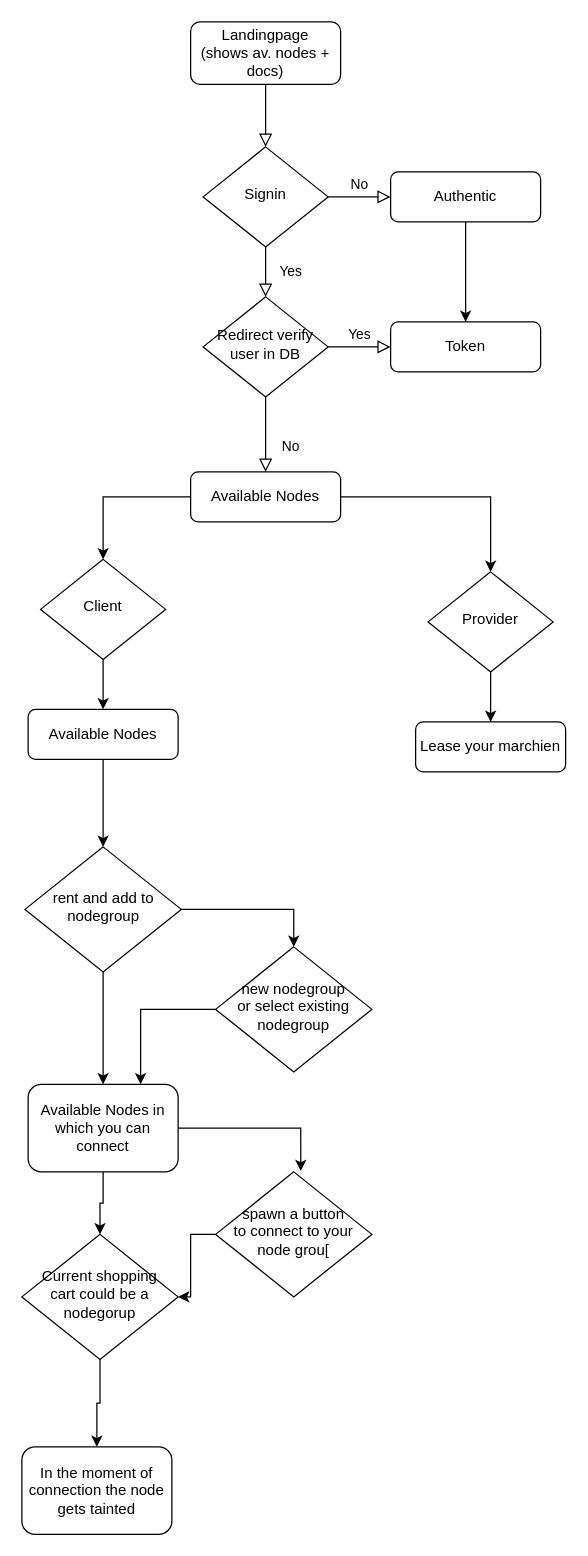
Before: flophub.drawio in flophub/docs, a draw.io diagram. Source tidied: cells renumbered, new cells numbered last; positions are measured from the earlier drawing's top-left corner, leaving out a move shared by most shapes. Both pictures are drawn from the tidied source at 125%, with x=0, y=0 at pixel (21, 21).
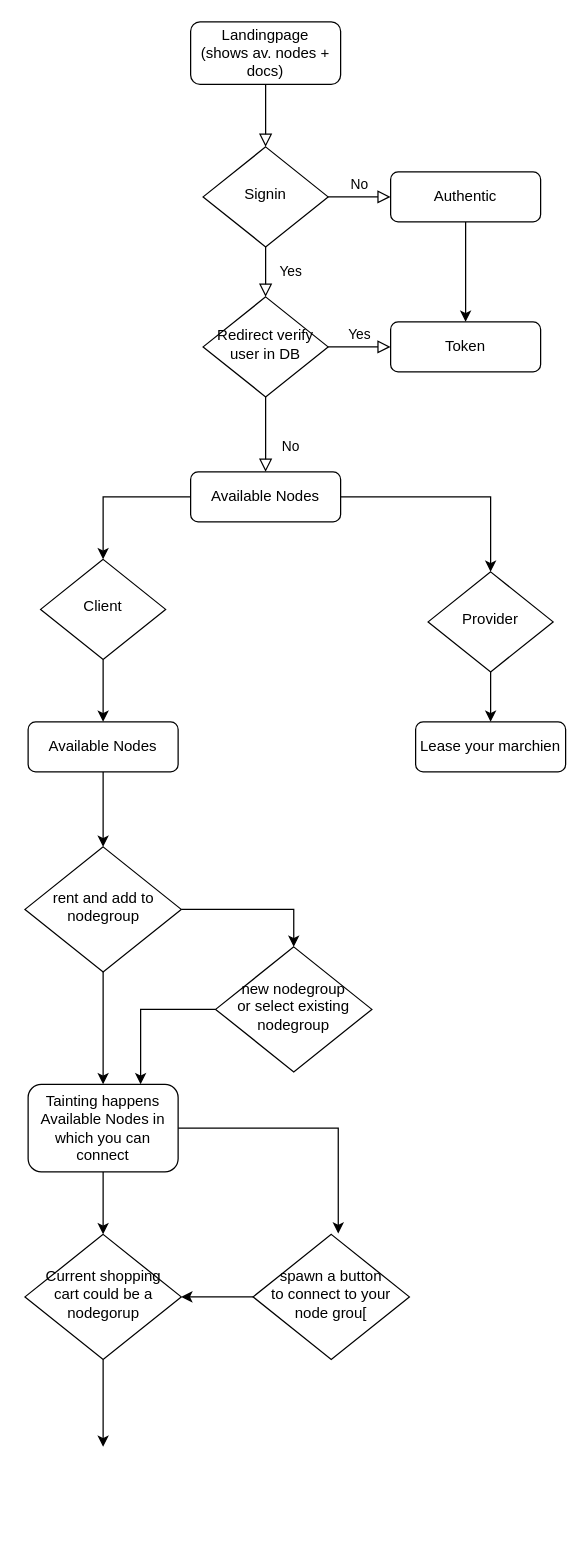
After the change.

Commit message:
flophub.drawio tainting point

The change refers to these unchanged cells:
```xml
<mxCell id="11" value="Redirect verify user in DB" style="rhombus;whiteSpace=wrap;html=1;shadow=0;fontFamily=Helvetica;fontSize=12;align=center;strokeWidth=1;spacing=6;spacingTop=-4;" parent="1" vertex="1">
  <mxGeometry x="145" y="220" width="100" height="80" as="geometry" />
</mxCell>
<mxCell id="20" value="Client" style="rhombus;whiteSpace=wrap;html=1;shadow=0;fontFamily=Helvetica;fontSize=12;align=center;strokeWidth=1;spacing=6;spacingTop=-4;" parent="1" vertex="1">
  <mxGeometry x="15" y="430" width="100" height="80" as="geometry" />
</mxCell>
<mxCell id="22" value="Provider" style="rhombus;whiteSpace=wrap;html=1;shadow=0;fontFamily=Helvetica;fontSize=12;align=center;strokeWidth=1;spacing=6;spacingTop=-4;" parent="1" vertex="1">
  <mxGeometry x="325" y="440" width="100" height="80" as="geometry" />
</mxCell>
<mxCell id="25" value="rent and add to nodegroup" style="rhombus;whiteSpace=wrap;html=1;shadow=0;fontFamily=Helvetica;fontSize=12;align=center;strokeWidth=1;spacing=6;spacingTop=-4;" parent="1" vertex="1">
  <mxGeometry x="2.5" y="660" width="125" height="100" as="geometry" />
</mxCell>
<mxCell id="30" value="new nodegroup&lt;br&gt;or select existing&lt;br&gt;nodegroup" style="rhombus;whiteSpace=wrap;html=1;shadow=0;fontFamily=Helvetica;fontSize=12;align=center;strokeWidth=1;spacing=6;spacingTop=-4;" parent="1" vertex="1">
  <mxGeometry x="155" y="740" width="125" height="100" as="geometry" />
</mxCell>
```

The edit, as a diff of the source:
```diff
@@
-    <mxCell id="9" value="No" style="rounded=0;html=1;jettySize=auto;fontSize=11;endArrow=block;endFill=0;endSize=8;strokeWidth=1;shadow=0;labelBackgroundColor=none;edgeStyle=orthogonalEdgeStyle;" parent="1" edge="1" source="11" target="14">
+    <mxCell id="9" value="No" style="rounded=0;html=1;jettySize=auto;fontSize=11;endArrow=block;endFill=0;endSize=8;strokeWidth=1;shadow=0;labelBackgroundColor=none;edgeStyle=orthogonalEdgeStyle;" parent="1" edge="1" source="11" target="38">
       <mxGeometry x="0.33" y="20" relative="1" as="geometry" />
     </mxCell>
@@
-    <mxCell id="12" style="edgeStyle=orthogonalEdgeStyle;rounded=0;jettySize=auto;html=1;entryX=0.5;entryY=0;entryDx=0;entryDy=0;" parent="1" edge="1" source="14" target="22">
-      <mxGeometry relative="1" as="geometry" />
-    </mxCell>
-    <mxCell id="13" style="edgeStyle=orthogonalEdgeStyle;rounded=0;jettySize=auto;html=1;entryX=0.5;entryY=0;entryDx=0;entryDy=0;" parent="1" edge="1" source="14" target="20">
-      <mxGeometry relative="1" as="geometry" />
-    </mxCell>
-    <mxCell id="14" value="Available Nodes" style="rounded=1;whiteSpace=wrap;html=1;fontSize=12;glass=0;strokeWidth=1;shadow=0;" parent="1" vertex="1">
-      <mxGeometry x="135" y="360" width="120" height="40" as="geometry" />
-    </mxCell>
+    <mxCell id="36" style="edgeStyle=orthogonalEdgeStyle;rounded=0;jettySize=auto;html=1;entryX=0.5;entryY=0;entryDx=0;entryDy=0;" parent="1" edge="1" source="38" target="22">
+      <mxGeometry relative="1" as="geometry" />
+    </mxCell>
+    <mxCell id="37" style="edgeStyle=orthogonalEdgeStyle;rounded=0;jettySize=auto;html=1;entryX=0.5;entryY=0;entryDx=0;entryDy=0;" parent="1" edge="1" source="38" target="20">
+      <mxGeometry relative="1" as="geometry" />
+    </mxCell>
+    <mxCell id="38" value="Available Nodes" style="rounded=1;whiteSpace=wrap;html=1;fontSize=12;glass=0;strokeWidth=1;shadow=0;" parent="1" vertex="1">
+      <mxGeometry x="135" y="360" width="120" height="40" as="geometry" />
+    </mxCell>
@@
-    <mxCell id="17" style="edgeStyle=orthogonalEdgeStyle;rounded=0;jettySize=auto;html=1;" parent="1" edge="1" source="18" target="25">
-      <mxGeometry relative="1" as="geometry" />
-    </mxCell>
-    <mxCell id="18" value="Available Nodes" style="rounded=1;whiteSpace=wrap;html=1;fontSize=12;glass=0;strokeWidth=1;shadow=0;" parent="1" vertex="1">
-      <mxGeometry x="5" y="550" width="120" height="40" as="geometry" />
-    </mxCell>
-    <mxCell id="19" style="edgeStyle=orthogonalEdgeStyle;rounded=0;jettySize=auto;html=1;" parent="1" edge="1" source="20" target="18">
-      <mxGeometry relative="1" as="geometry" />
-    </mxCell>
+    <mxCell id="39" style="edgeStyle=orthogonalEdgeStyle;rounded=0;jettySize=auto;html=1;" parent="1" edge="1" source="40" target="25">
+      <mxGeometry relative="1" as="geometry" />
+    </mxCell>
+    <mxCell id="40" value="Available Nodes" style="rounded=1;whiteSpace=wrap;html=1;fontSize=12;glass=0;strokeWidth=1;shadow=0;" parent="1" vertex="1">
+      <mxGeometry x="5" y="560" width="120" height="40" as="geometry" />
+    </mxCell>
+    <mxCell id="41" style="edgeStyle=orthogonalEdgeStyle;rounded=0;jettySize=auto;html=1;" parent="1" edge="1" source="20" target="40">
+      <mxGeometry relative="1" as="geometry" />
+    </mxCell>
@@
-    <mxCell id="23" style="edgeStyle=orthogonalEdgeStyle;rounded=0;jettySize=auto;html=1;entryX=0.5;entryY=0;entryDx=0;entryDy=0;" parent="1" edge="1" source="25" target="28">
-      <mxGeometry relative="1" as="geometry" />
-    </mxCell>
+    <mxCell id="42" style="edgeStyle=orthogonalEdgeStyle;rounded=0;jettySize=auto;html=1;entryX=0.5;entryY=0;entryDx=0;entryDy=0;" parent="1" edge="1" source="25" target="45">
+      <mxGeometry relative="1" as="geometry" />
+    </mxCell>
@@
-    <mxCell id="26" style="edgeStyle=orthogonalEdgeStyle;rounded=0;jettySize=auto;html=1;entryX=0.545;entryY=-0.006;entryDx=0;entryDy=0;entryPerimeter=0;" parent="1" edge="1" source="28" target="32">
-      <mxGeometry relative="1" as="geometry" />
-    </mxCell>
-    <mxCell id="27" style="edgeStyle=orthogonalEdgeStyle;rounded=0;jettySize=auto;html=1;entryX=0.5;entryY=0;entryDx=0;entryDy=0;" parent="1" edge="1" source="28" target="34">
-      <mxGeometry relative="1" as="geometry" />
-    </mxCell>
-    <mxCell id="28" value="Available Nodes in which you can connect" style="rounded=1;whiteSpace=wrap;html=1;fontSize=12;glass=0;strokeWidth=1;shadow=0;" parent="1" vertex="1">
-      <mxGeometry x="5" y="850" width="120" height="70" as="geometry" />
-    </mxCell>
-    <mxCell id="29" style="edgeStyle=orthogonalEdgeStyle;rounded=0;jettySize=auto;html=1;entryX=0.75;entryY=0;entryDx=0;entryDy=0;" parent="1" edge="1" source="30" target="28">
-      <mxGeometry relative="1" as="geometry" />
-    </mxCell>
+    <mxCell id="43" style="edgeStyle=orthogonalEdgeStyle;rounded=0;jettySize=auto;html=1;entryX=0.545;entryY=-0.006;entryDx=0;entryDy=0;entryPerimeter=0;" parent="1" edge="1" source="45" target="32">
+      <mxGeometry relative="1" as="geometry" />
+    </mxCell>
+    <mxCell id="44" style="edgeStyle=orthogonalEdgeStyle;rounded=0;jettySize=auto;html=1;entryX=0.5;entryY=0;entryDx=0;entryDy=0;" parent="1" edge="1" source="45" target="34">
+      <mxGeometry relative="1" as="geometry" />
+    </mxCell>
+    <mxCell id="45" value="Tainting happens&lt;br&gt;Available Nodes in which you can connect" style="rounded=1;whiteSpace=wrap;html=1;fontSize=12;glass=0;strokeWidth=1;shadow=0;" parent="1" vertex="1">
+      <mxGeometry x="5" y="850" width="120" height="70" as="geometry" />
+    </mxCell>
+    <mxCell id="46" style="edgeStyle=orthogonalEdgeStyle;rounded=0;jettySize=auto;html=1;entryX=0.75;entryY=0;entryDx=0;entryDy=0;" parent="1" edge="1" source="30" target="45">
+      <mxGeometry relative="1" as="geometry" />
+    </mxCell>
@@
     <mxCell id="32" value="spawn a button&lt;br&gt;to connect to your node grou[" style="rhombus;whiteSpace=wrap;html=1;shadow=0;fontFamily=Helvetica;fontSize=12;align=center;strokeWidth=1;spacing=6;spacingTop=-4;" parent="1" vertex="1">
-      <mxGeometry x="155" y="920" width="125" height="100" as="geometry" />
+      <mxGeometry x="185" y="970" width="125" height="100" as="geometry" />
     </mxCell>
-    <mxCell id="33" style="edgeStyle=orthogonalEdgeStyle;rounded=0;jettySize=auto;html=1;" parent="1" edge="1" source="34" target="35">
-      <mxGeometry relative="1" as="geometry" />
-    </mxCell>
+    <mxCell id="47" style="edgeStyle=orthogonalEdgeStyle;rounded=0;jettySize=auto;html=1;" parent="1" edge="1" source="34">
+      <mxGeometry relative="1" as="geometry">
+        <mxPoint x="65" y="1140" as="targetPoint" />
+      </mxGeometry>
+    </mxCell>
     <mxCell id="34" value="Current shopping&lt;br&gt;cart could be a nodegorup" style="rhombus;whiteSpace=wrap;html=1;shadow=0;fontFamily=Helvetica;fontSize=12;align=center;strokeWidth=1;spacing=6;spacingTop=-4;" parent="1" vertex="1">
-      <mxGeometry y="970" width="125" height="100" as="geometry" />
+      <mxGeometry x="2.5" y="970" width="125" height="100" as="geometry" />
     </mxCell>
-    <mxCell id="35" value="In the moment of connection the node gets tainted" style="rounded=1;whiteSpace=wrap;html=1;fontSize=12;glass=0;strokeWidth=1;shadow=0;" parent="1" vertex="1">
-      <mxGeometry y="1140" width="120" height="70" as="geometry" />
-    </mxCell>
```
